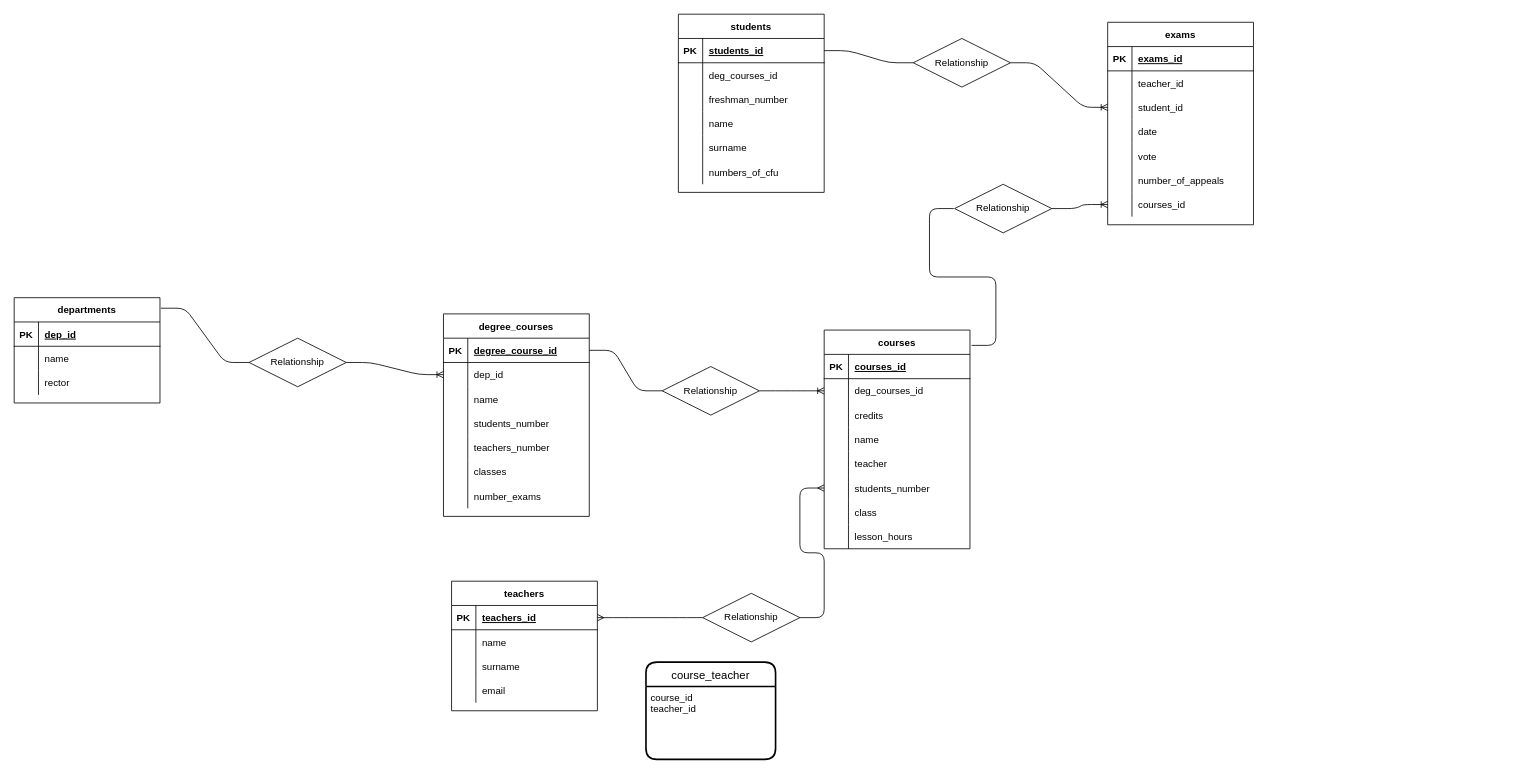
The draw.io diagram university.drawio in Matteogatto94/db-university, before the edit. Source tidied: cells renumbered, new cells numbered last; positions are measured from the earlier drawing's top-left corner, leaving out a move shared by most shapes. Both pictures are drawn from the tidied source at 81%, with x=0, y=0 at pixel (14, 14).
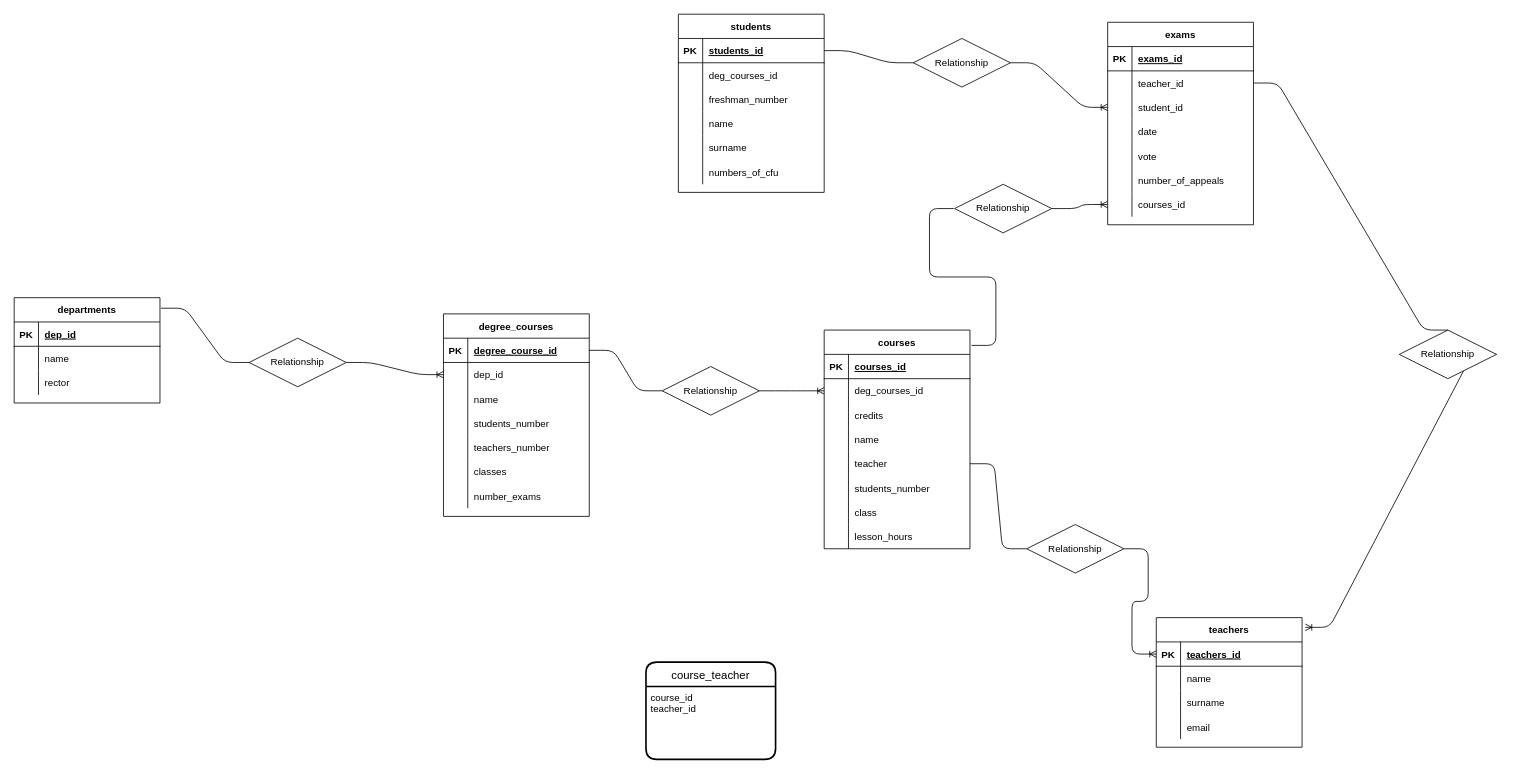
After the change.

Unchanged cells that the change refers to:
```xml
<mxCell id="47" style="shape=partialRectangle;fillColor=none;top=0;left=0;bottom=0;right=0;points=[[0,0.5],[1,0.5]];portConstraint=eastwest;" parent="34" vertex="1">
  <mxGeometry y="150" width="180" height="30" as="geometry" />
</mxCell>
<mxCell id="50" style="shape=partialRectangle;fillColor=none;top=0;left=0;bottom=0;right=0;points=[[0,0.5],[1,0.5]];portConstraint=eastwest;" parent="34" vertex="1">
  <mxGeometry y="180" width="180" height="30" as="geometry" />
</mxCell>
<mxCell id="60" style="shape=partialRectangle;fillColor=none;top=0;left=0;bottom=1;right=0;points=[[0,0.5],[1,0.5]];portConstraint=eastwest;" parent="59" vertex="1">
  <mxGeometry y="30" width="180" height="30" as="geometry" />
</mxCell>
<mxCell id="106" style="shape=partialRectangle;fillColor=none;top=0;left=0;bottom=0;right=0;points=[[0,0.5],[1,0.5]];portConstraint=eastwest;" parent="102" vertex="1">
  <mxGeometry y="60" width="180" height="30" as="geometry" />
</mxCell>
```

Diff of the diagram source:
```diff
@@
     <mxCell id="59" value="teachers" style="shape=table;startSize=30;childLayout=tableLayout;rowLines=0;fontStyle=1;align=center;" parent="1" vertex="1">
-      <mxGeometry x="540" y="700" width="180" height="160" as="geometry" />
+      <mxGeometry x="1410" y="745" width="180" height="160" as="geometry" />
     </mxCell>
@@
-    <mxCell id="97" style="edgeStyle=entityRelationEdgeStyle;fontSize=12;html=1;endArrow=ERmany;startArrow=none;entryX=0;entryY=0.5;entryDx=0;entryDy=0;exitX=1;exitY=0.5;exitDx=0;exitDy=0;" parent="1" edge="1" source="100" target="50">
-      <mxGeometry relative="1" as="geometry" />
-    </mxCell>
@@
-    <mxCell id="100" value="Relationship" style="shape=rhombus;perimeter=rhombusPerimeter;whiteSpace=wrap;html=1;align=center;" parent="1" vertex="1">
-      <mxGeometry x="850" y="715" width="120" height="60" as="geometry" />
-    </mxCell>
-    <mxCell id="101" style="edgeStyle=entityRelationEdgeStyle;fontSize=12;html=1;endArrow=none;startArrow=ERmany;entryX=0;entryY=0.5;entryDx=0;entryDy=0;exitX=1;exitY=0.5;exitDx=0;exitDy=0;" parent="1" edge="1" source="60" target="100">
-      <mxGeometry relative="1" as="geometry" />
-    </mxCell>
@@
+    <mxCell id="130" style="edgeStyle=entityRelationEdgeStyle;fontSize=12;html=1;endArrow=ERoneToMany;exitX=1;exitY=0.5;exitDx=0;exitDy=0;entryX=0;entryY=0.5;entryDx=0;entryDy=0;startArrow=none;" parent="1" edge="1" source="100" target="60">
+      <mxGeometry relative="1" as="geometry" />
+    </mxCell>
+    <mxCell id="100" value="Relationship" style="shape=rhombus;perimeter=rhombusPerimeter;whiteSpace=wrap;html=1;align=center;" parent="1" vertex="1">
+      <mxGeometry x="1250" y="630" width="120" height="60" as="geometry" />
+    </mxCell>
+    <mxCell id="131" style="edgeStyle=entityRelationEdgeStyle;fontSize=12;html=1;endArrow=none;exitX=1;exitY=0.5;exitDx=0;exitDy=0;entryX=0;entryY=0.5;entryDx=0;entryDy=0;" parent="1" edge="1" source="47" target="100">
+      <mxGeometry relative="1" as="geometry" />
+    </mxCell>
+    <mxCell id="132" style="edgeStyle=entityRelationEdgeStyle;fontSize=12;html=1;endArrow=ERoneToMany;entryX=1.022;entryY=0.075;entryDx=0;entryDy=0;entryPerimeter=0;exitX=1;exitY=0.5;exitDx=0;exitDy=0;startArrow=none;" parent="1" edge="1" source="133" target="59">
+      <mxGeometry relative="1" as="geometry" />
+    </mxCell>
+    <mxCell id="133" value="Relationship" style="shape=rhombus;perimeter=rhombusPerimeter;whiteSpace=wrap;html=1;align=center;" parent="1" vertex="1">
+      <mxGeometry x="1710" y="390" width="120" height="60" as="geometry" />
+    </mxCell>
+    <mxCell id="134" style="edgeStyle=entityRelationEdgeStyle;fontSize=12;html=1;endArrow=none;entryX=0.5;entryY=0;entryDx=0;entryDy=0;exitX=1;exitY=0.5;exitDx=0;exitDy=0;" parent="1" edge="1" source="106" target="133">
+      <mxGeometry relative="1" as="geometry" />
+    </mxCell>
```
